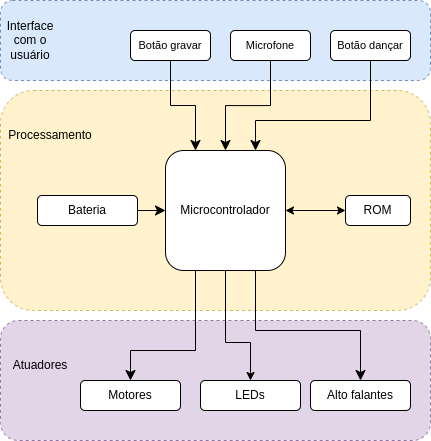
Before: projetos/cacto_dancante/images/diagrama_estrutural.png, a diagram exported from draw.io (vm-bertini/ea075-2023.1). Source tidied: cells renumbered, new cells last; positions are measured from the earlier drawing's top-left corner, leaving out a move shared by most shapes.
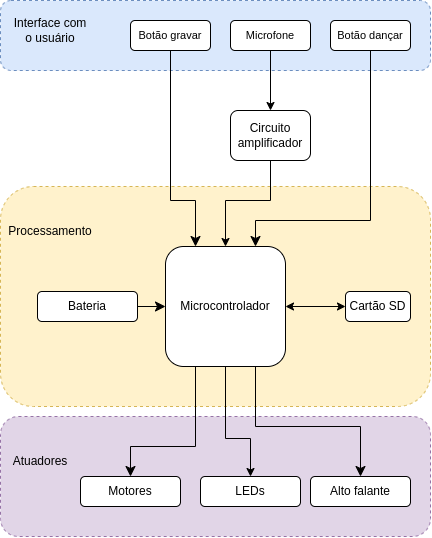
The same diagram one commit later.

Diff of the diagram source:
```diff
@@ -3,10 +3,10 @@
     <mxCell id="0" />
     <mxCell id="1" parent="0" />
     <mxCell id="2" style="rounded=1;whiteSpace=wrap;html=1;fillColor=#dae8fc;strokeColor=#6c8ebf;dashed=1;align=left;" parent="1" vertex="1">
-      <mxGeometry width="430" height="80" as="geometry" />
+      <mxGeometry y="-96" width="430" height="70" as="geometry" />
     </mxCell>
     <mxCell id="3" value="Interface com o usuário" style="text;html=1;strokeColor=none;fillColor=none;align=center;verticalAlign=middle;whiteSpace=wrap;rounded=0;" parent="1" vertex="1">
-      <mxGeometry x="10" y="25" width="40" height="30" as="geometry" />
+      <mxGeometry x="10" y="-81" width="80" height="30" as="geometry" />
     </mxCell>
     <mxCell id="4" style="rounded=1;whiteSpace=wrap;html=1;fillColor=#fff2cc;strokeColor=#d6b656;dashed=1;align=left;fillStyle=auto;" parent="1" vertex="1">
       <mxGeometry y="90" width="430" height="220" as="geometry" />
@@ -21,27 +21,29 @@
       <mxGeometry x="20" y="350" width="40" height="30" as="geometry" />
     </mxCell>
     <mxCell id="8" value="&lt;font style=&quot;font-size: 11px;&quot;&gt;Botão gravar&lt;/font&gt;" style="rounded=1;whiteSpace=wrap;html=1;" parent="1" vertex="1">
-      <mxGeometry x="130" y="30" width="80" height="30" as="geometry" />
+      <mxGeometry x="130" y="-76" width="80" height="30" as="geometry" />
     </mxCell>
     <mxCell id="9" value="&lt;font style=&quot;font-size: 11px;&quot;&gt;Microfone&lt;/font&gt;" style="rounded=1;whiteSpace=wrap;html=1;" parent="1" vertex="1">
-      <mxGeometry x="230" y="30" width="80" height="30" as="geometry" />
+      <mxGeometry x="230" y="-76" width="80" height="30" as="geometry" />
     </mxCell>
     <mxCell id="10" value="&lt;font style=&quot;font-size: 11px;&quot;&gt;Botão dançar&lt;/font&gt;" style="rounded=1;whiteSpace=wrap;html=1;" parent="1" vertex="1">
-      <mxGeometry x="330" y="30" width="80" height="30" as="geometry" />
+      <mxGeometry x="330" y="-76" width="80" height="30" as="geometry" />
     </mxCell>
     <mxCell id="11" value="Microcontrolador" style="rounded=1;whiteSpace=wrap;html=1;" parent="1" vertex="1">
       <mxGeometry x="165" y="150" width="120" height="120" as="geometry" />
     </mxCell>
     <mxCell id="12" style="edgeStyle=orthogonalEdgeStyle;elbow=horizontal;endArrow=classic;html=1;rounded=0;endSize=8;startSize=8;exitX=0.5;exitY=1;exitDx=0;exitDy=0;entryX=0.25;entryY=0;entryDx=0;entryDy=0;" parent="1" edge="1" source="8" target="11">
-      <mxGeometry relative="1" as="geometry" />
+      <mxGeometry relative="1" as="geometry">
+        <Array as="points">
+          <mxPoint x="170" y="104" />
+          <mxPoint x="195" y="104" />
+        </Array>
+      </mxGeometry>
     </mxCell>
-    <mxCell id="13" style="edgeStyle=elbowEdgeStyle;elbow=vertical;endArrow=classic;html=1;curved=0;rounded=0;endSize=8;startSize=8;exitX=0.5;exitY=1;exitDx=0;exitDy=0;entryX=0.5;entryY=0;entryDx=0;entryDy=0;" parent="1" edge="1" source="9" target="11">
-      <mxGeometry relative="1" as="geometry" />
-    </mxCell>
     <mxCell id="14" style="edgeStyle=elbowEdgeStyle;elbow=vertical;endArrow=classic;html=1;curved=0;rounded=0;endSize=8;startSize=8;entryX=0.75;entryY=0;entryDx=0;entryDy=0;exitX=0.5;exitY=1;exitDx=0;exitDy=0;" parent="1" edge="1" source="10" target="11">
       <mxGeometry relative="1" as="geometry">
         <Array as="points">
-          <mxPoint x="310" y="120" />
+          <mxPoint x="300" y="124" />
         </Array>
       </mxGeometry>
     </mxCell>
@@ -56,7 +58,7 @@
         </Array>
       </mxGeometry>
     </mxCell>
-    <mxCell id="17" value="Alto falantes" style="rounded=1;whiteSpace=wrap;html=1;" parent="1" vertex="1">
+    <mxCell id="17" value="Alto falante" style="rounded=1;whiteSpace=wrap;html=1;" parent="1" vertex="1">
       <mxGeometry x="310" y="380" width="100" height="30" as="geometry" />
     </mxCell>
     <mxCell id="18" style="edgeStyle=orthogonalEdgeStyle;elbow=horizontal;endArrow=classic;html=1;rounded=0;endSize=8;startSize=8;entryX=0.5;entryY=0;entryDx=0;entryDy=0;exitX=0.75;exitY=1;exitDx=0;exitDy=0;" parent="1" edge="1" source="11" target="17">
@@ -84,11 +86,25 @@
         </Array>
       </mxGeometry>
     </mxCell>
-    <mxCell id="23" value="ROM" style="rounded=1;whiteSpace=wrap;html=1;" parent="1" vertex="1">
+    <mxCell id="23" value="Cartão SD" style="rounded=1;whiteSpace=wrap;html=1;" parent="1" vertex="1">
       <mxGeometry x="345" y="195" width="65" height="30" as="geometry" />
     </mxCell>
     <mxCell id="24" style="endArrow=classic;startArrow=classic;html=1;rounded=0;entryX=0;entryY=0.5;entryDx=0;entryDy=0;exitX=1;exitY=0.5;exitDx=0;exitDy=0;" parent="1" edge="1" source="11" target="23">
       <mxGeometry relative="1" as="geometry" />
     </mxCell>
+    <mxCell id="25" value="Circuito amplificador" style="rounded=1;whiteSpace=wrap;html=1;" parent="1" vertex="1">
+      <mxGeometry x="230" y="14" width="80" height="50" as="geometry" />
+    </mxCell>
+    <mxCell id="26" style="endArrow=classic;html=1;rounded=0;exitX=0.5;exitY=1;exitDx=0;exitDy=0;entryX=0.5;entryY=0;entryDx=0;entryDy=0;" parent="1" edge="1" source="9" target="25">
+      <mxGeometry relative="1" as="geometry" />
+    </mxCell>
+    <mxCell id="27" style="endArrow=classic;html=1;rounded=0;exitX=0.5;exitY=1;exitDx=0;exitDy=0;entryX=0.5;entryY=0;entryDx=0;entryDy=0;" parent="1" edge="1" source="25" target="11">
+      <mxGeometry relative="1" as="geometry">
+        <Array as="points">
+          <mxPoint x="270" y="104" />
+          <mxPoint x="225" y="104" />
+        </Array>
+      </mxGeometry>
+    </mxCell>
   </root>
 </mxGraphModel>
```
